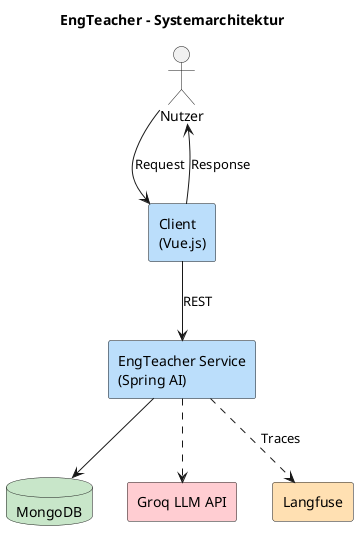
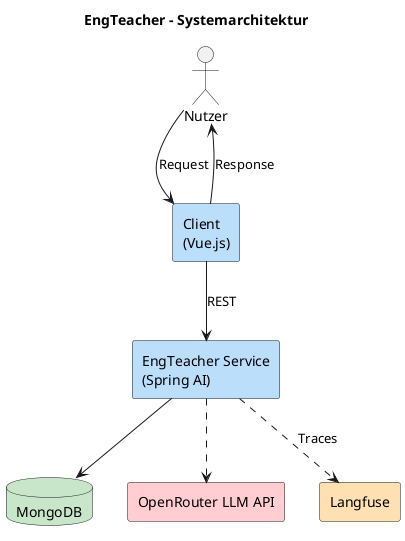
@startuml architecture-overview
title EngTeacher – Systemarchitektur

skinparam shadowing false
skinparam defaultFontName Helvetica
skinparam componentStyle rectangle

!$app    = "#BBDEFB"
!$db     = "#C8E6C9"
!$llm    = "#FFCDD2"
!$obs    = "#FFE0B2"

actor "Nutzer" as user

rectangle "Client\n(Vue.js)"           as client   $app
rectangle "EngTeacher Service\n(Spring AI)" as service $app
database  "MongoDB"                    as mongo    $db
- rectangle "Groq LLM API"               as llm      $llm
+ rectangle "OpenRouter LLM API"               as llm      $llm
rectangle "Langfuse"                   as langfuse $obs

user --> client : Request
client --> user : Response
client --> service : REST
service --> mongo
service ..> llm
service ..> langfuse : Traces

@enduml
